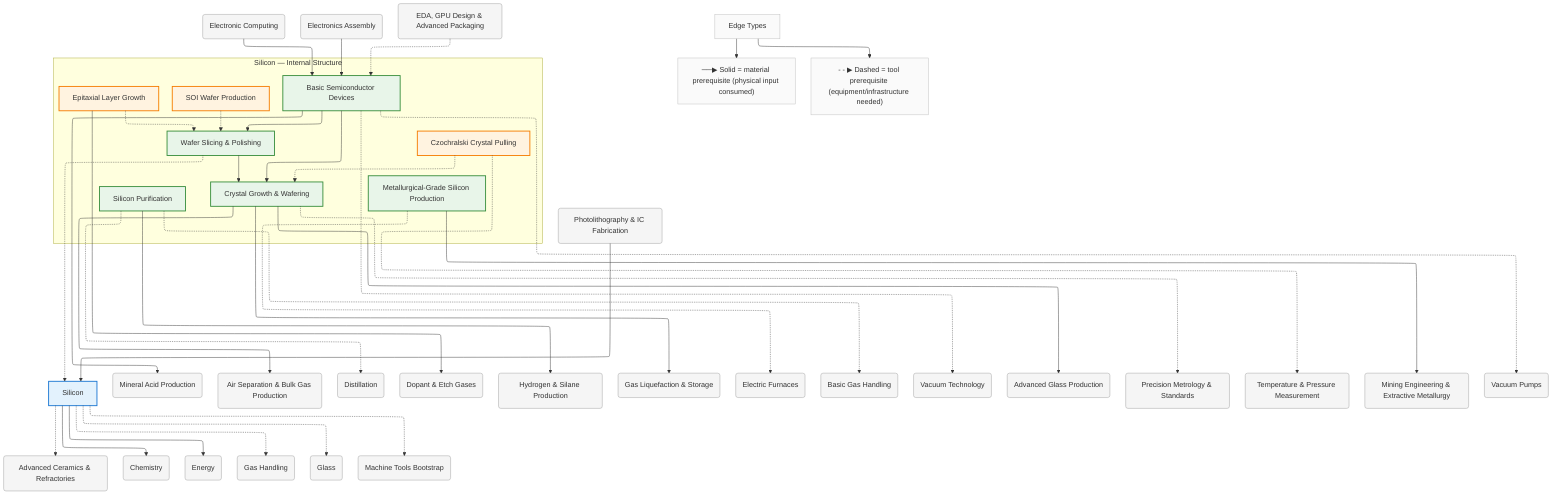
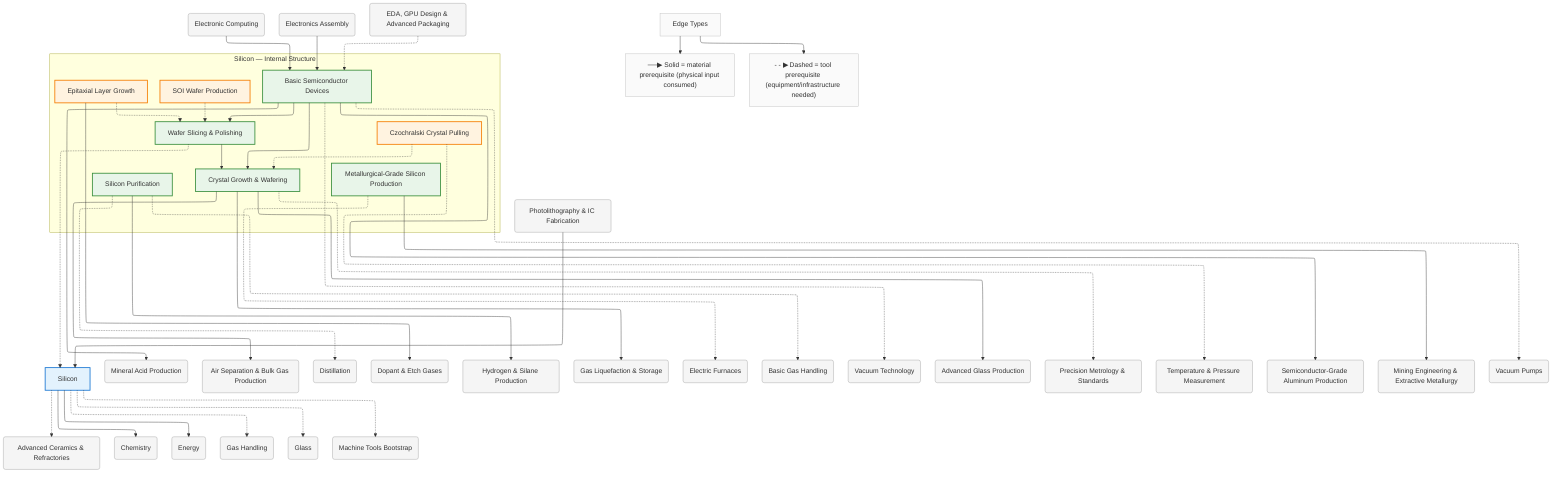
%%{init: {"flowchart": {"defaultRenderer": "elk", "htmlLabels": true}}}%%
graph TD
    %% Domain: Silicon

    %% ==================== INTERNAL NODES ====================
    subgraph silicon_internal ["Silicon — Internal Structure"]
        direction TB
        silicon_mg-si-production["Metallurgical-Grade Silicon Production"]
        silicon_purification["Silicon Purification"]
        silicon_crystal-growth["Crystal Growth & Wafering"]
        silicon_crystal-growth_cz-pulling["Czochralski Crystal Pulling"]
        silicon_basic-devices["Basic Semiconductor Devices"]
        silicon_wafering["Wafer Slicing & Polishing"]
        silicon_wafering_epitaxy["Epitaxial Layer Growth"]
        silicon_wafering_soi["SOI Wafer Production"]
    end

    %% ==================== DOMAIN NODE ====================
    silicon["Silicon"]

    %% ==================== EXTERNAL DEPENDENCIES ====================
    ceramics_advanced-ceramics("Advanced Ceramics & Refractories")
    chemistry("Chemistry")
    chemistry_acids("Mineral Acid Production")
    chemistry_air-separation("Air Separation & Bulk Gas Production")
    chemistry_distillation("Distillation")
    chemistry_dopant-etch-gases("Dopant & Etch Gases")
    chemistry_hydrogen-silane("Hydrogen & Silane Production")
    computing_electronic("Electronic Computing")
    cryogenics_liquefaction-storage("Gas Liquefaction & Storage")
    electronics_assembly("Electronics Assembly")
    energy("Energy")
    energy_electric-furnaces("Electric Furnaces")
    gas-handling("Gas Handling")
    gas-handling_basic("Basic Gas Handling")
    gas-handling_vacuum("Vacuum Technology")
    glass("Glass")
    glass_advanced("Advanced Glass Production")
    machine-tools("Machine Tools Bootstrap")
    measurement_precision-metrology("Precision Metrology & Standards")
    measurement_temperature-pressure("Temperature & Pressure Measurement")
+     metals_aluminum_semiconductor-grade("Semiconductor-Grade Aluminum Production")
    mining("Mining Engineering & Extractive Metallurgy")
    photolithography("Photolithography & IC Fabrication")
    vacuum_pumps("Vacuum Pumps")
    vlsi-scaling_eda-design("EDA, GPU Design & Advanced Packaging")

    %% ==================== EDGES ====================
    silicon_basic-devices --> silicon_crystal-growth
    silicon_crystal-growth_cz-pulling -.-> silicon_crystal-growth
    silicon_wafering -.-> silicon
    silicon_wafering --> silicon_crystal-growth
    silicon_wafering_epitaxy -.-> silicon_wafering
    silicon_wafering_soi -.-> silicon_wafering
    silicon_basic-devices --> silicon_wafering
    silicon -.-> machine-tools
    silicon --> energy
    silicon --> chemistry
    silicon -.-> glass
    silicon -.-> gas-handling
    silicon_mg-si-production -.-> energy_electric-furnaces
    silicon_mg-si-production --> mining
    silicon_purification -.-> chemistry_distillation
    silicon_purification -.-> gas-handling_basic
    silicon_purification --> chemistry_hydrogen-silane
    silicon_crystal-growth --> glass_advanced
    silicon_crystal-growth --> chemistry_air-separation
    silicon_crystal-growth -.-> measurement_precision-metrology
    silicon_basic-devices -.-> gas-handling_vacuum
    silicon_basic-devices --> chemistry_acids
    photolithography --> silicon
    vlsi-scaling_eda-design -.-> silicon_basic-devices
    computing_electronic --> silicon_basic-devices
    silicon_crystal-growth_cz-pulling -.-> measurement_temperature-pressure
    silicon -.-> ceramics_advanced-ceramics
+     silicon_basic-devices --> metals_aluminum_semiconductor-grade
    silicon_wafering_epitaxy --> chemistry_dopant-etch-gases
    electronics_assembly --> silicon_basic-devices
    silicon_crystal-growth --> cryogenics_liquefaction-storage
    silicon_basic-devices -.-> vacuum_pumps

    %% ==================== EDGE TYPE LEGEND ====================
    EdgeLegend["Edge Types"]
    EdgeLegend --> MatNote["──▶ Solid = material prerequisite (physical input consumed)"]
    EdgeLegend --> ToolNote["- - ▶ Dashed = tool prerequisite (equipment/infrastructure needed)"]

    %% ==================== STYLING ====================
    classDef domain fill:#e3f2fd,stroke:#1976d2,stroke-width:2px
    classDef capability fill:#e8f5e9,stroke:#388e3c,stroke-width:2px
    classDef process fill:#fff3e0,stroke:#f57c00,stroke-width:2px
    classDef critical fill:#fff3e0,stroke:#f57c00,stroke-width:3px
    classDef earlyWin fill:#e8f5e9,stroke:#388e3c,stroke-width:3px
    classDef pinnacle fill:#fce4ec,stroke:#c62828,stroke-width:3px
    classDef external fill:#f5f5f5,stroke:#9e9e9e,stroke-width:1px
    classDef legend fill:#fafafa,stroke:#bdbdbd,stroke-width:1px
    class silicon domain
    class silicon_mg-si-production capability
    class silicon_purification capability
    class silicon_crystal-growth capability
    class silicon_crystal-growth_cz-pulling process
    class silicon_basic-devices capability
    class silicon_wafering capability
    class silicon_wafering_epitaxy process
    class silicon_wafering_soi process
    class ceramics_advanced-ceramics external
    class chemistry external
    class chemistry_acids external
    class chemistry_air-separation external
    class chemistry_distillation external
    class chemistry_dopant-etch-gases external
    class chemistry_hydrogen-silane external
    class computing_electronic external
    class cryogenics_liquefaction-storage external
    class electronics_assembly external
    class energy external
    class energy_electric-furnaces external
    class gas-handling external
    class gas-handling_basic external
    class gas-handling_vacuum external
    class glass external
    class glass_advanced external
    class machine-tools external
    class measurement_precision-metrology external
    class measurement_temperature-pressure external
+     class metals_aluminum_semiconductor-grade external
    class mining external
    class photolithography external
    class vacuum_pumps external
    class vlsi-scaling_eda-design external
    class EdgeLegend,MatNote,ToolNote legend
